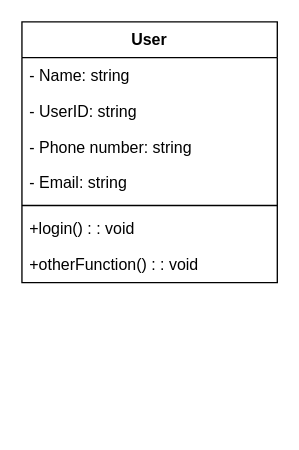
Earlier version of the draw.io diagram Account Management XMLdiagram.drawio (Newt-Tea/eMarket-MSU-Intro-to-SE_Group1). Source tidied: cells renumbered, new cells numbered last; positions are measured from the earlier drawing's top-left corner, leaving out a move shared by most shapes. Both pictures are drawn from the tidied source at 133%, with x=0, y=0 at pixel (21, 21).
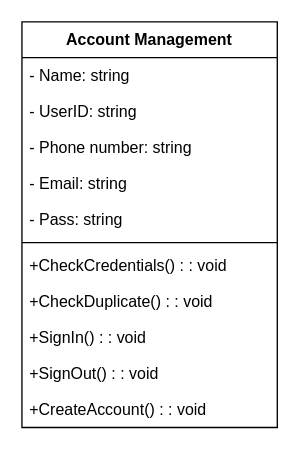
The same diagram, later.

Diff of the diagram source:
```diff
@@
 <mxGraphModel>
   <root>
     <mxCell id="0" />
     <mxCell id="1" parent="0" />
-    <mxCell id="2" value="User" style="swimlane;fontStyle=1;align=center;verticalAlign=top;horizontal=1;startSize=26.857142857142858;" parent="1" vertex="1">
-      <mxGeometry width="192" height="196" as="geometry" />
+    <mxCell id="2" value="Account Management" style="swimlane;fontStyle=1;align=center;verticalAlign=top;horizontal=1;startSize=26.857142857142858;" parent="1" vertex="1">
+      <mxGeometry width="192" height="304.9" as="geometry" />
     </mxCell>
     <mxCell id="3" value="- Name: string" style="text;strokeColor=none;fillColor=none;align=left;verticalAlign=top;spacingLeft=4;spacingRight=4;overflow=hidden;" parent="2" vertex="1">
-      <mxGeometry y="27" width="192" height="27" as="geometry" />
+      <mxGeometry y="26.9" width="192" height="27" as="geometry" />
     </mxCell>
     <mxCell id="4" value="- UserID: string" style="text;strokeColor=none;fillColor=none;align=left;verticalAlign=top;spacingLeft=4;spacingRight=4;overflow=hidden;" parent="2" vertex="1">
-      <mxGeometry y="54" width="192" height="27" as="geometry" />
+      <mxGeometry y="53.9" width="192" height="27" as="geometry" />
     </mxCell>
     <mxCell id="5" value="- Phone number: string" style="text;strokeColor=none;fillColor=none;align=left;verticalAlign=top;spacingLeft=4;spacingRight=4;overflow=hidden;" parent="2" vertex="1">
-      <mxGeometry y="81" width="192" height="27" as="geometry" />
+      <mxGeometry y="80.9" width="192" height="27" as="geometry" />
     </mxCell>
     <mxCell id="6" value="- Email: string" style="text;strokeColor=none;fillColor=none;align=left;verticalAlign=top;spacingLeft=4;spacingRight=4;overflow=hidden;" parent="2" vertex="1">
-      <mxGeometry y="107" width="192" height="27" as="geometry" />
+      <mxGeometry y="107.9" width="192" height="27" as="geometry" />
     </mxCell>
+    <mxCell id="10" value="- Pass: string" style="text;strokeColor=none;fillColor=none;align=left;verticalAlign=top;spacingLeft=4;spacingRight=4;overflow=hidden;" parent="2" vertex="1">
+      <mxGeometry y="134.9" width="192" height="27" as="geometry" />
+    </mxCell>
     <mxCell id="7" style="line;strokeWidth=1;fillColor=none;align=left;verticalAlign=middle;spacingTop=-1;spacingLeft=3;spacingRight=3;labelPosition=right;strokeColor=inherit;" parent="2" vertex="1">
-      <mxGeometry y="134" width="192" height="8" as="geometry" />
+      <mxGeometry y="161.9" width="192" height="8" as="geometry" />
     </mxCell>
-    <mxCell id="8" value="+login() : : void" style="text;strokeColor=none;fillColor=none;align=left;verticalAlign=top;spacingLeft=4;spacingRight=4;overflow=hidden;" parent="2" vertex="1">
-      <mxGeometry y="142" width="192" height="27" as="geometry" />
+    <mxCell id="8" value="+CheckCredentials() : : void" style="text;strokeColor=none;fillColor=none;align=left;verticalAlign=top;spacingLeft=4;spacingRight=4;overflow=hidden;" parent="2" vertex="1">
+      <mxGeometry y="169.9" width="192" height="27" as="geometry" />
     </mxCell>
+    <mxCell id="11" value="+CheckDuplicate() : : void&#10;" style="text;strokeColor=none;fillColor=none;align=left;verticalAlign=top;spacingLeft=4;spacingRight=4;overflow=hidden;" parent="2" vertex="1">
+      <mxGeometry y="196.9" width="192" height="27" as="geometry" />
+    </mxCell>
-    <mxCell id="9" value="+otherFunction() : : void" style="text;strokeColor=none;fillColor=none;align=left;verticalAlign=top;spacingLeft=4;spacingRight=4;overflow=hidden;" parent="2" vertex="1">
-      <mxGeometry y="169" width="192" height="27" as="geometry" />
+    <mxCell id="9" value="+SignIn() : : void&#10;" style="text;strokeColor=none;fillColor=none;align=left;verticalAlign=top;spacingLeft=4;spacingRight=4;overflow=hidden;" parent="2" vertex="1">
+      <mxGeometry y="223.9" width="192" height="27" as="geometry" />
     </mxCell>
+    <mxCell id="12" value="+SignOut() : : void&#10;" style="text;strokeColor=none;fillColor=none;align=left;verticalAlign=top;spacingLeft=4;spacingRight=4;overflow=hidden;" parent="2" vertex="1">
+      <mxGeometry y="250.9" width="192" height="27" as="geometry" />
+    </mxCell>
+    <mxCell id="13" value="+CreateAccount() : : void&#10;" style="text;strokeColor=none;fillColor=none;align=left;verticalAlign=top;spacingLeft=4;spacingRight=4;overflow=hidden;" parent="2" vertex="1">
+      <mxGeometry y="277.9" width="192" height="27" as="geometry" />
+    </mxCell>
   </root>
 </mxGraphModel>
```
